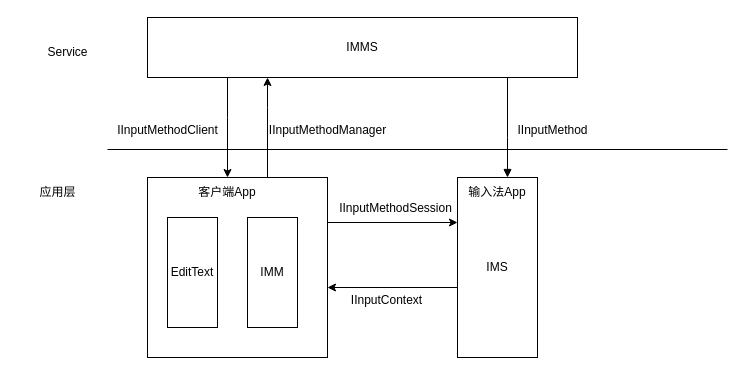
Above: page "IME模块交互图" (1 of 8) of AndroidIME.drawio in YHeng-wu/Note (draw.io), before the change. Source tidied: cells renumbered, new cells numbered last; positions are measured from the earlier drawing's top-left corner, leaving out a move shared by most shapes. Both pictures are drawn from the tidied source at 100%, with x=0, y=0 at pixel (27, 17).
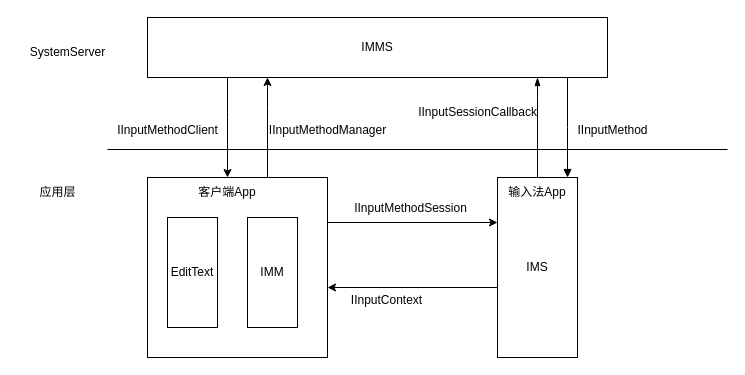
Above is the later version.

Diff of the diagram source:
```diff
@@
+    <mxCell id="22" style="edgeStyle=orthogonalEdgeStyle;rounded=0;jettySize=auto;html=1;startArrow=blockThin;startFill=1;endArrow=none;" parent="1" edge="1" source="3" target="11">
+      <mxGeometry relative="1" as="geometry">
+        <Array as="points">
+          <mxPoint x="510" y="80" />
+          <mxPoint x="510" y="80" />
+        </Array>
+      </mxGeometry>
+    </mxCell>
     <mxCell id="3" value="IMMS" style="rounded=0;whiteSpace=wrap;html=1;fontSize=12;" parent="1" vertex="1">
-      <mxGeometry x="120" width="430" height="60" as="geometry" />
+      <mxGeometry x="120" width="460" height="60" as="geometry" />
     </mxCell>
@@
     <mxCell id="11" value="IMS" style="rounded=0;whiteSpace=wrap;html=1;fontSize=12;" parent="1" vertex="1">
-      <mxGeometry x="430" y="160" width="80" height="180" as="geometry" />
+      <mxGeometry x="470" y="160" width="80" height="180" as="geometry" />
     </mxCell>
     <mxCell id="12" value="输入法App" style="text;html=1;align=center;verticalAlign=middle;whiteSpace=wrap;rounded=0;fontSize=12;" parent="1" vertex="1">
-      <mxGeometry x="440" y="160" width="60" height="30" as="geometry" />
+      <mxGeometry x="480" y="160" width="60" height="30" as="geometry" />
     </mxCell>
     <mxCell id="13" style="edgeStyle=orthogonalEdgeStyle;rounded=0;jettySize=auto;html=1;startArrow=block;startFill=1;endArrow=none;fontSize=12;" parent="1" edge="1" source="11" target="3">
       <mxGeometry relative="1" as="geometry">
         <Array as="points">
-          <mxPoint x="480" y="120" />
-          <mxPoint x="480" y="120" />
+          <mxPoint x="540" y="110" />
+          <mxPoint x="540" y="110" />
         </Array>
       </mxGeometry>
     </mxCell>
@@
     <mxCell id="17" value="IInputMethod" style="text;html=1;align=center;verticalAlign=middle;strokeColor=none;fillColor=none;fontSize=12;" parent="1" vertex="1">
-      <mxGeometry x="480" y="98" width="90" height="30" as="geometry" />
+      <mxGeometry x="540" y="98" width="90" height="30" as="geometry" />
     </mxCell>
@@
-    <mxCell id="21" value="Service" style="text;html=1;align=center;verticalAlign=middle;strokeColor=none;fillColor=none;" parent="1" vertex="1">
-      <mxGeometry x="10" y="20" width="60" height="30" as="geometry" />
+    <mxCell id="21" value="SystemServer" style="text;html=1;align=center;verticalAlign=middle;strokeColor=none;fillColor=none;" parent="1" vertex="1">
+      <mxGeometry x="-10" y="20" width="100" height="30" as="geometry" />
     </mxCell>
+    <mxCell id="23" value="IInputSessionCallback" style="text;html=1;align=center;verticalAlign=middle;strokeColor=none;fillColor=none;" parent="1" vertex="1">
+      <mxGeometry x="380" y="80" width="140" height="30" as="geometry" />
+    </mxCell>
```
